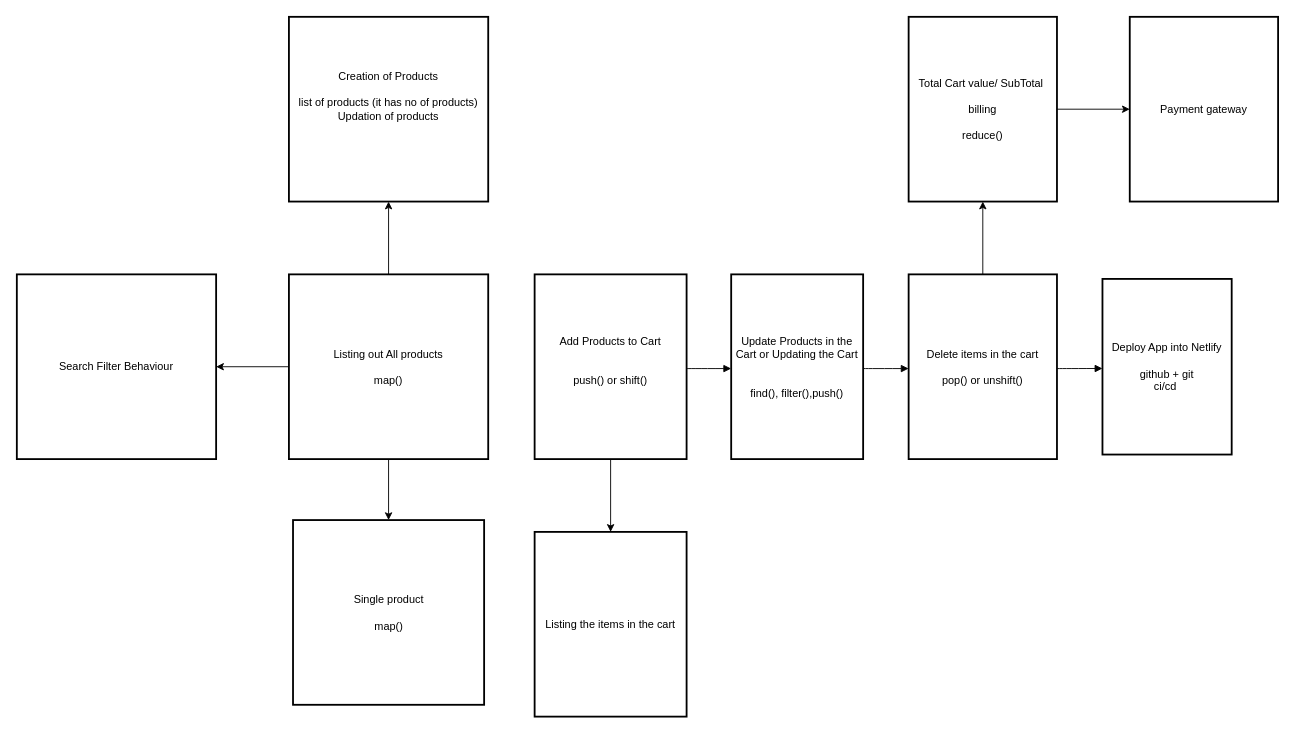
This is E-Cart.drawio from Prasanna-collab/ecart-tut-session, a draw.io file, before an edit. Source tidied: cells renumbered, new cells numbered last; positions are measured from the earlier drawing's top-left corner, leaving out a move shared by most shapes. Both pictures are drawn from the tidied source at 91%, with x=0, y=0 at pixel (16, 16).
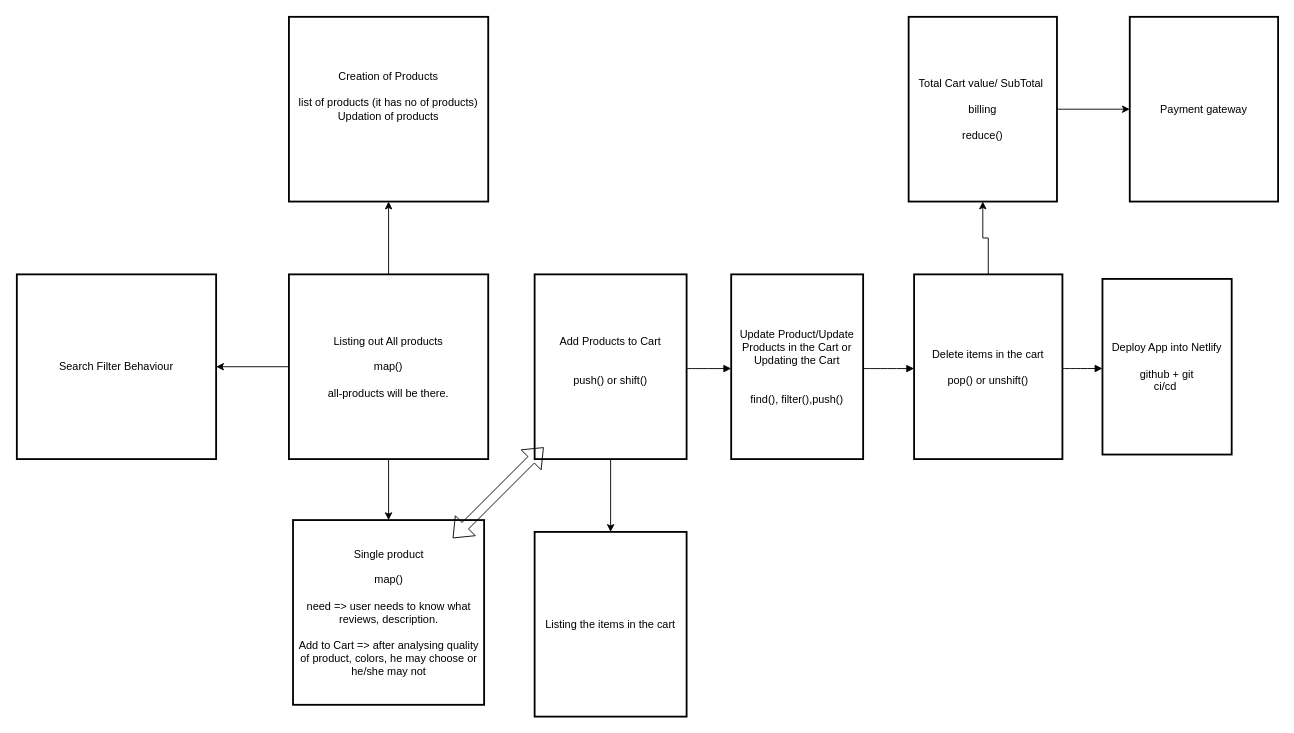
The same page after the edit.

Diff of the diagram source:
```diff
@@
-    <mxCell id="5" value="Listing out All products&#10;&#10;map()" style="whiteSpace=wrap;strokeWidth=2;" parent="1" vertex="1">
+    <mxCell id="5" value="Listing out All products&#10;&#10;map()&#10;&#10;all-products will be there." style="whiteSpace=wrap;strokeWidth=2;" parent="1" vertex="1">
       <mxGeometry x="299" y="283" width="219" height="203" as="geometry" />
     </mxCell>
@@
-    <mxCell id="8" value="Update Products in the Cart or Updating the Cart&#10;&#10;&#10;find(), filter(),push()" style="whiteSpace=wrap;strokeWidth=2;" parent="1" vertex="1">
+    <mxCell id="8" value="Update Product/Update Products in the Cart or Updating the Cart&#10;&#10;&#10;find(), filter(),push()" style="whiteSpace=wrap;strokeWidth=2;" parent="1" vertex="1">
       <mxGeometry x="785" y="283" width="145" height="203" as="geometry" />
     </mxCell>
@@
     <mxCell id="10" value="Delete items in the cart&#10;&#10;pop() or unshift()" style="whiteSpace=wrap;strokeWidth=2;" parent="1" vertex="1">
-      <mxGeometry x="980" y="283" width="163" height="203" as="geometry" />
+      <mxGeometry x="986" y="283" width="163" height="203" as="geometry" />
     </mxCell>
@@
-    <mxCell id="20" value="Single product&#10;&#10;map()" style="whiteSpace=wrap;strokeWidth=2;" parent="1" vertex="1">
+    <mxCell id="20" value="Single product&#10;&#10;map()&#10;&#10;need =&gt; user needs to know what reviews, description.&#10;&#10;Add to Cart =&gt; after analysing quality of product, colors, he may choose or he/she may not" style="whiteSpace=wrap;strokeWidth=2;" parent="1" vertex="1">
       <mxGeometry x="303.5" y="553" width="210" height="203" as="geometry" />
     </mxCell>
@@
+    <mxCell id="22" style="shape=flexArrow;endArrow=classic;startArrow=classic;html=1;rounded=0;" parent="1" edge="1">
+      <mxGeometry relative="1" as="geometry">
+        <mxPoint x="479" y="573" as="sourcePoint" />
+        <mxPoint x="579" y="473" as="targetPoint" />
+      </mxGeometry>
+    </mxCell>
```
